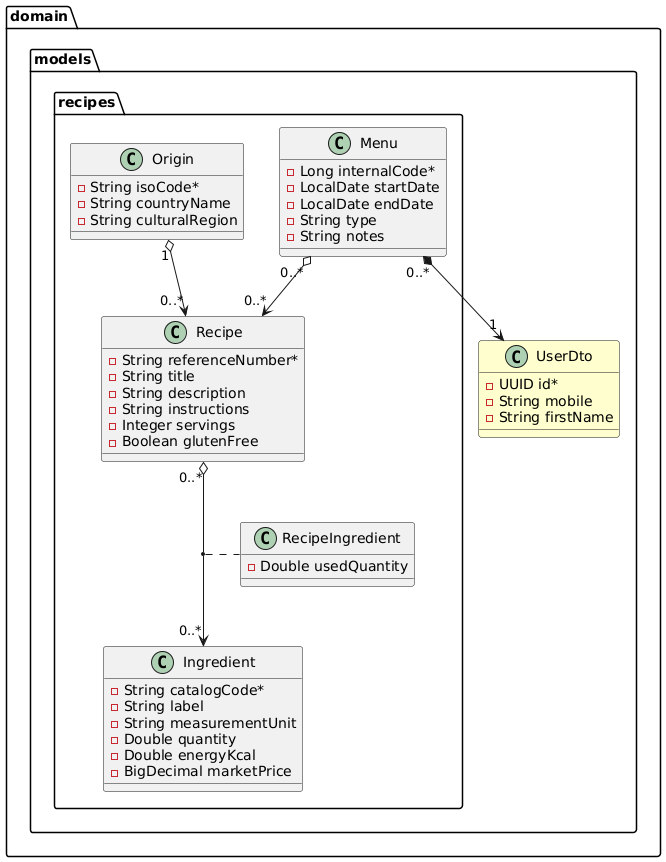
miw-upm/apaw-practice keeps this PlantUML diagram as docs/recipes.png. Above is the earlier version. Source of this version:
```plantuml
@startuml
package domain.models {
    class UserDto #FEFECE {
        - UUID id*
        - String mobile
        - String firstName
    }
}

package domain.models.recipes {
    class Menu {
        - Long internalCode*
        - LocalDate startDate
        - LocalDate endDate
        - String type
        - String notes

    }

    class Recipe {
        - String referenceNumber*
        - String title
        - String description
        - String instructions
        - Integer servings
        - Boolean glutenFree
    }

    class Ingredient {
        - String catalogCode*
        - String label
        - String measurementUnit
        - Double quantity
        - Double energyKcal
        - BigDecimal marketPrice
    }

    class Origin {
        - String isoCode*
        - String countryName
        - String culturalRegion
    }

    class RecipeIngredient {
        - Double usedQuantity
    }
}

Menu "0..*" *--> "1" UserDto
Menu "0..*" o--> "0..*" Recipe
Recipe "0..*" o--> "0..*" Ingredient
(Recipe, Ingredient) .. RecipeIngredient
Origin "1" o--> "0..*" Recipe
@enduml
```
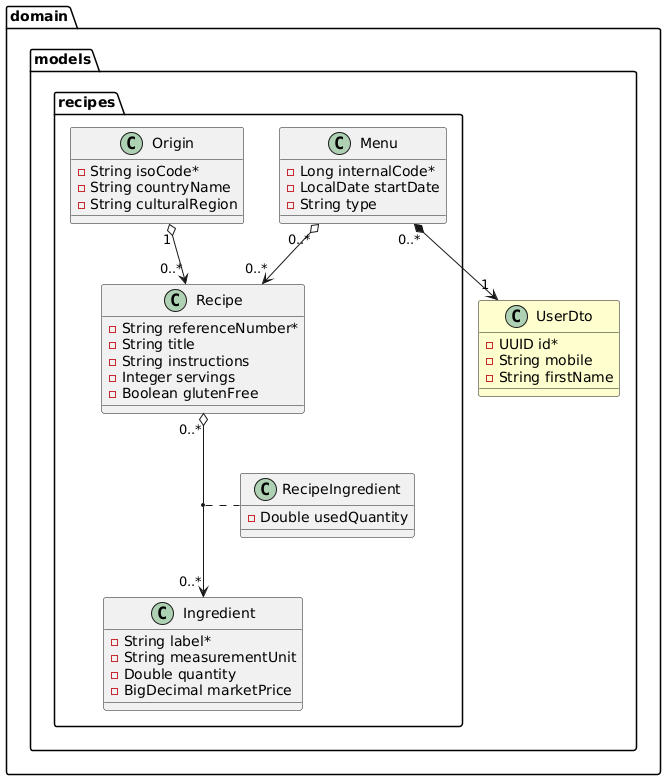
Above is the later version.

The edit, as a diff of the source:
```diff
@@ -11,27 +11,22 @@
     class Menu {
         - Long internalCode*
         - LocalDate startDate
-        - LocalDate endDate
         - String type
-        - String notes
 
     }
 
     class Recipe {
         - String referenceNumber*
         - String title
-        - String description
         - String instructions
         - Integer servings
         - Boolean glutenFree
     }
 
     class Ingredient {
-        - String catalogCode*
-        - String label
+        - String label*
         - String measurementUnit
         - Double quantity
-        - Double energyKcal
         - BigDecimal marketPrice
     }
 
```
